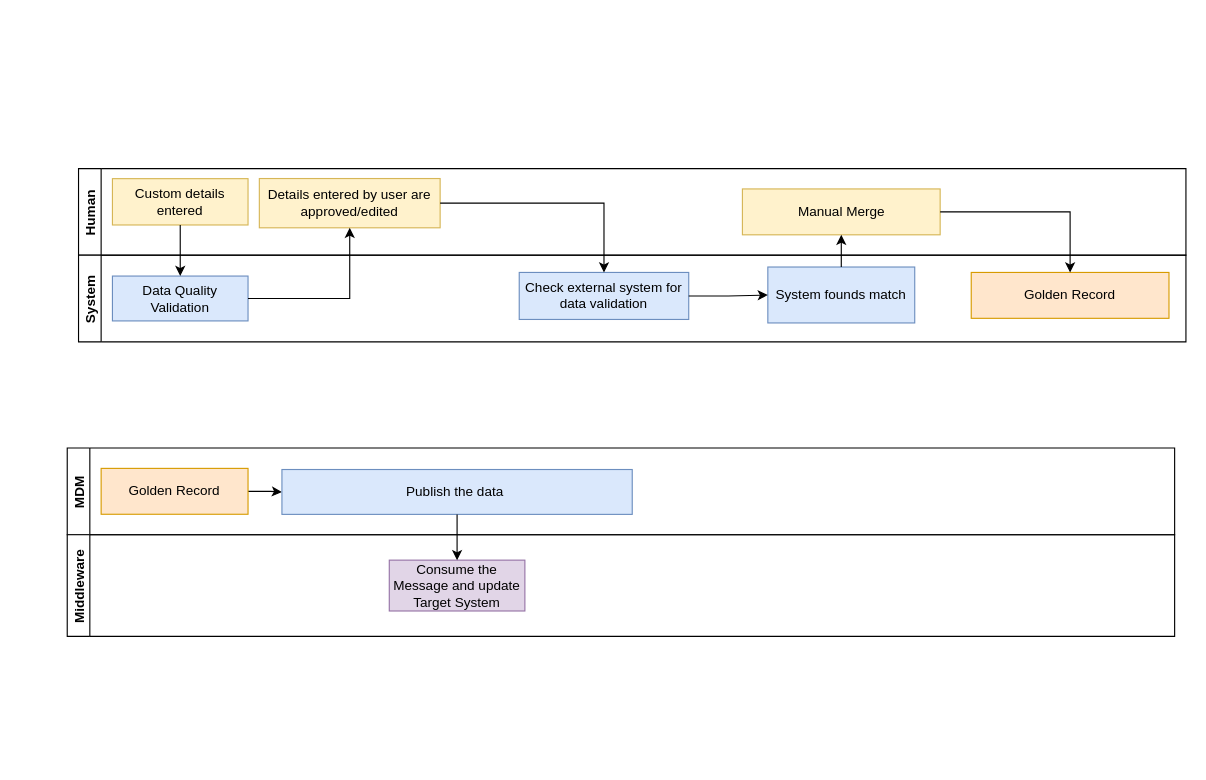
Before: MDM-Processes.drawio in biswarup81/drawings, a draw.io diagram. Source tidied: cells renumbered, new cells numbered last; positions are measured from the earlier drawing's top-left corner, leaving out a move shared by most shapes. Both pictures are drawn from the tidied source at 113%, with x=0, y=0 at pixel (67, 81).
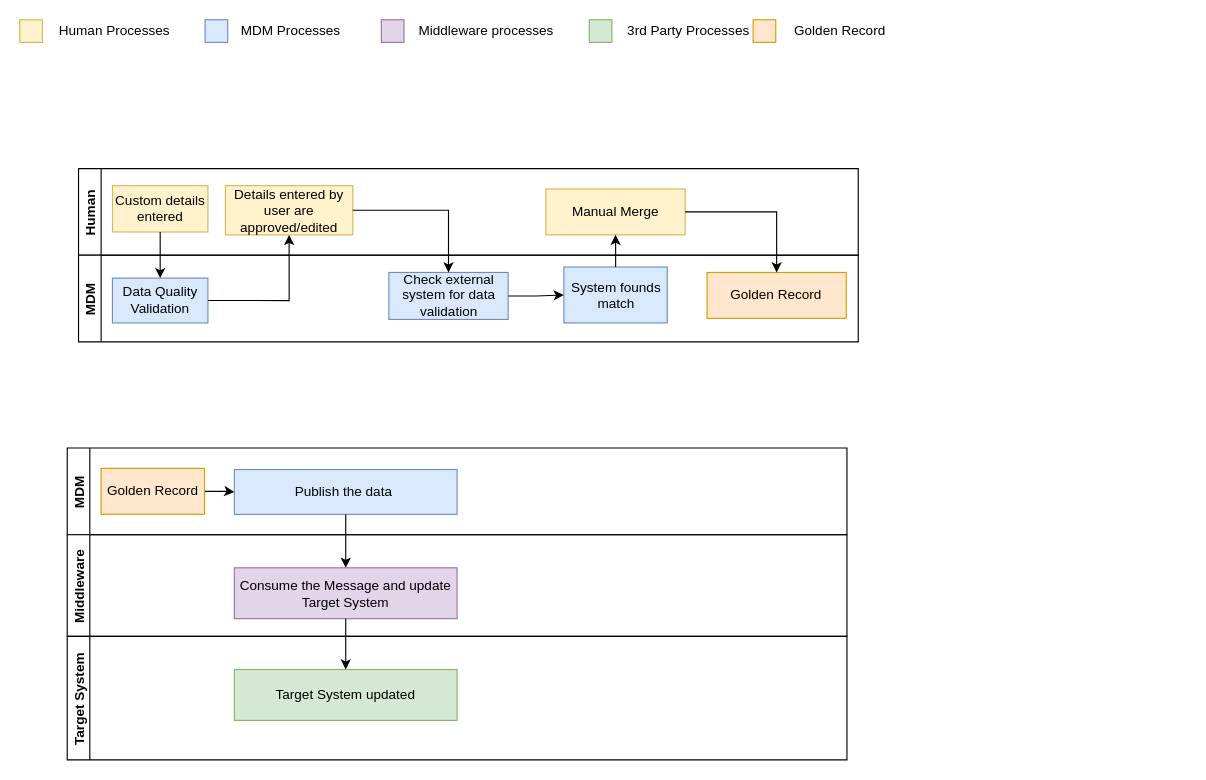
Above is the later version.

Diff of the diagram source:
```diff
@@
     <mxCell id="2" style="group;" parent="1" vertex="1">
-      <mxGeometry x="10" width="980" height="230" as="geometry" />
+      <mxGeometry x="10" width="690" height="230" as="geometry" />
     </mxCell>
     <mxCell id="3" value="Human" style="swimlane;startSize=20;horizontal=0;" parent="2" vertex="1">
-      <mxGeometry y="76.7" width="980" height="76.7" as="geometry" />
+      <mxGeometry y="76.7" width="690" height="76.7" as="geometry" />
     </mxCell>
     <mxCell id="4" value="Details entered by user are approved/edited" style="rounded=0;whiteSpace=wrap;html=1;fillColor=#fff2cc;strokeColor=#d6b656;" parent="3" vertex="1">
-      <mxGeometry x="160" y="8.8" width="160" height="43.6" as="geometry" />
+      <mxGeometry x="130" y="15.1" width="112.7" height="43.6" as="geometry" />
     </mxCell>
     <mxCell id="5" value="Custom details entered" style="rounded=0;whiteSpace=wrap;html=1;fillColor=#fff2cc;strokeColor=#d6b656;" parent="3" vertex="1">
-      <mxGeometry x="30" y="8.9" width="120" height="41" as="geometry" />
+      <mxGeometry x="30" y="15.1" width="84.5" height="41" as="geometry" />
     </mxCell>
     <mxCell id="6" value="Manual Merge" style="whiteSpace=wrap;html=1;rounded=0;strokeColor=#d6b656;fillColor=#fff2cc;" parent="3" vertex="1">
-      <mxGeometry x="587.5" y="18" width="175" height="40.6" as="geometry" />
+      <mxGeometry x="413.6" y="18" width="123.2" height="40.6" as="geometry" />
     </mxCell>
-    <mxCell id="7" value="System" style="swimlane;startSize=20;horizontal=0;" parent="2" vertex="1">
-      <mxGeometry y="153.3" width="980" height="76.7" as="geometry" />
+    <mxCell id="7" value="MDM" style="swimlane;startSize=20;horizontal=0;" parent="2" vertex="1">
+      <mxGeometry y="153.3" width="690" height="76.7" as="geometry" />
     </mxCell>
     <mxCell id="8" value="Data Quality Validation" style="rounded=0;whiteSpace=wrap;html=1;fillColor=#dae8fc;strokeColor=#6c8ebf;" parent="7" vertex="1">
-      <mxGeometry x="30" y="18.5" width="120" height="39.7" as="geometry" />
+      <mxGeometry x="30" y="20.3" width="84.5" height="39.7" as="geometry" />
     </mxCell>
     <mxCell id="9" value="Check external system for data validation" style="rounded=0;whiteSpace=wrap;html=1;fillColor=#dae8fc;strokeColor=#6c8ebf;" parent="7" vertex="1">
-      <mxGeometry x="390" y="15.3" width="150" height="41.6" as="geometry" />
+      <mxGeometry x="274.6" y="15.3" width="105.6" height="41.6" as="geometry" />
     </mxCell>
     <mxCell id="10" value="System founds match" style="whiteSpace=wrap;html=1;rounded=0;strokeColor=#6c8ebf;fillColor=#dae8fc;" parent="7" vertex="1">
-      <mxGeometry x="610" y="10.5" width="130" height="49.5" as="geometry" />
+      <mxGeometry x="429.5" y="10.5" width="91.5" height="49.5" as="geometry" />
     </mxCell>
@@
     <mxCell id="12" value="Golden Record" style="whiteSpace=wrap;html=1;rounded=0;strokeColor=#d79b00;fillColor=#ffe6cc;" parent="7" vertex="1">
-      <mxGeometry x="790" y="15.3" width="175" height="40.6" as="geometry" />
+      <mxGeometry x="556.2" y="15.3" width="123.2" height="40.6" as="geometry" />
     </mxCell>
@@
+    <mxCell id="25" style="group;" parent="1" vertex="1">
+      <mxGeometry y="324" width="690" height="276" as="geometry" />
+    </mxCell>
-    <mxCell id="18" value="MDM" style="swimlane;startSize=20;horizontal=0;" parent="1" vertex="1">
-      <mxGeometry y="324" width="980" height="76.7" as="geometry" />
+    <mxCell id="18" value="MDM" style="swimlane;startSize=20;horizontal=0;" parent="25" vertex="1">
+      <mxGeometry width="690" height="76.7" as="geometry" />
     </mxCell>
@@
     <mxCell id="20" value="Golden Record" style="whiteSpace=wrap;html=1;rounded=0;strokeColor=#d79b00;fillColor=#ffe6cc;" parent="18" vertex="1">
-      <mxGeometry x="30" y="18" width="130" height="40.6" as="geometry" />
+      <mxGeometry x="30" y="18" width="91.5" height="40.6" as="geometry" />
     </mxCell>
     <mxCell id="21" value="Publish the data&amp;nbsp;" style="rounded=0;whiteSpace=wrap;html=1;fillColor=#dae8fc;strokeColor=#6c8ebf;" parent="18" vertex="1">
-      <mxGeometry x="190" y="19" width="310" height="39.7" as="geometry" />
+      <mxGeometry x="147.9" y="19" width="197.1" height="39.7" as="geometry" />
     </mxCell>
-    <mxCell id="22" value="Middleware" style="swimlane;startSize=20;horizontal=0;" parent="1" vertex="1">
-      <mxGeometry y="400.7" width="980" height="90" as="geometry" />
+    <mxCell id="22" value="Middleware" style="swimlane;startSize=20;horizontal=0;" parent="25" vertex="1">
+      <mxGeometry y="76.7" width="690" height="90" as="geometry" />
     </mxCell>
     <mxCell id="23" value="Consume the Message and update Target System" style="whiteSpace=wrap;html=1;rounded=0;strokeColor=#9673a6;fillColor=#e1d5e7;" parent="22" vertex="1">
-      <mxGeometry x="285" y="22.5" width="120" height="45" as="geometry" />
+      <mxGeometry x="147.9" y="29.3" width="197.1" height="45" as="geometry" />
     </mxCell>
-    <mxCell id="24" style="edgeStyle=orthogonalEdgeStyle;rounded=0;jettySize=auto;html=1;" parent="1" edge="1" source="21" target="23">
+    <mxCell id="24" style="edgeStyle=orthogonalEdgeStyle;rounded=0;jettySize=auto;html=1;" parent="25" edge="1" source="21" target="23">
       <mxGeometry relative="1" as="geometry" />
     </mxCell>
+    <mxCell id="26" value="Target System" style="swimlane;startSize=20;horizontal=0;" parent="25" vertex="1">
+      <mxGeometry y="166.7" width="690" height="109.3" as="geometry" />
+    </mxCell>
+    <mxCell id="27" value="Target System updated" style="whiteSpace=wrap;html=1;rounded=0;strokeColor=#82b366;fillColor=#d5e8d4;" parent="26" vertex="1">
+      <mxGeometry x="147.9" y="29.3" width="197.1" height="45" as="geometry" />
+    </mxCell>
+    <mxCell id="28" style="edgeStyle=orthogonalEdgeStyle;rounded=0;jettySize=auto;html=1;" parent="25" edge="1" source="23" target="27">
+      <mxGeometry relative="1" as="geometry" />
+    </mxCell>
+    <mxCell id="29" style="rounded=0;whiteSpace=wrap;html=1;fillColor=#fff2cc;strokeColor=#d6b656;" parent="1" vertex="1">
+      <mxGeometry x="-42" y="-55" width="20" height="20" as="geometry" />
+    </mxCell>
+    <mxCell id="30" value="Human Processes" style="text;html=1;strokeColor=none;fillColor=none;align=center;verticalAlign=middle;whiteSpace=wrap;rounded=0;" parent="1" vertex="1">
+      <mxGeometry x="-18" y="-55" width="120" height="20" as="geometry" />
+    </mxCell>
+    <mxCell id="31" style="rounded=0;whiteSpace=wrap;html=1;fillColor=#dae8fc;strokeColor=#6c8ebf;" parent="1" vertex="1">
+      <mxGeometry x="122" y="-55" width="20" height="20" as="geometry" />
+    </mxCell>
+    <mxCell id="32" value="MDM Processes" style="text;html=1;strokeColor=none;fillColor=none;align=center;verticalAlign=middle;whiteSpace=wrap;rounded=0;" parent="1" vertex="1">
+      <mxGeometry x="138" y="-55" width="120" height="20" as="geometry" />
+    </mxCell>
+    <mxCell id="33" style="rounded=0;whiteSpace=wrap;html=1;fillColor=#e1d5e7;strokeColor=#9673a6;" parent="1" vertex="1">
+      <mxGeometry x="278" y="-55" width="20" height="20" as="geometry" />
+    </mxCell>
+    <mxCell id="34" value="Middleware processes" style="text;html=1;strokeColor=none;fillColor=none;align=center;verticalAlign=middle;whiteSpace=wrap;rounded=0;" parent="1" vertex="1">
+      <mxGeometry x="301" y="-55" width="140" height="20" as="geometry" />
+    </mxCell>
+    <mxCell id="35" style="rounded=0;whiteSpace=wrap;html=1;fillColor=#d5e8d4;strokeColor=#82b366;" parent="1" vertex="1">
+      <mxGeometry x="462" y="-55" width="20" height="20" as="geometry" />
+    </mxCell>
+    <mxCell id="36" value="3rd Party Processes" style="text;html=1;strokeColor=none;fillColor=none;align=center;verticalAlign=middle;whiteSpace=wrap;rounded=0;" parent="1" vertex="1">
+      <mxGeometry x="490" y="-55" width="120" height="20" as="geometry" />
+    </mxCell>
+    <mxCell id="37" style="rounded=0;whiteSpace=wrap;html=1;fillColor=#ffe6cc;strokeColor=#d79b00;" parent="1" vertex="1">
+      <mxGeometry x="607" y="-55" width="20" height="20" as="geometry" />
+    </mxCell>
+    <mxCell id="38" value="Golden Record" style="text;html=1;strokeColor=none;fillColor=none;align=center;verticalAlign=middle;whiteSpace=wrap;rounded=0;" parent="1" vertex="1">
+      <mxGeometry x="624" y="-55" width="120" height="20" as="geometry" />
+    </mxCell>
```
